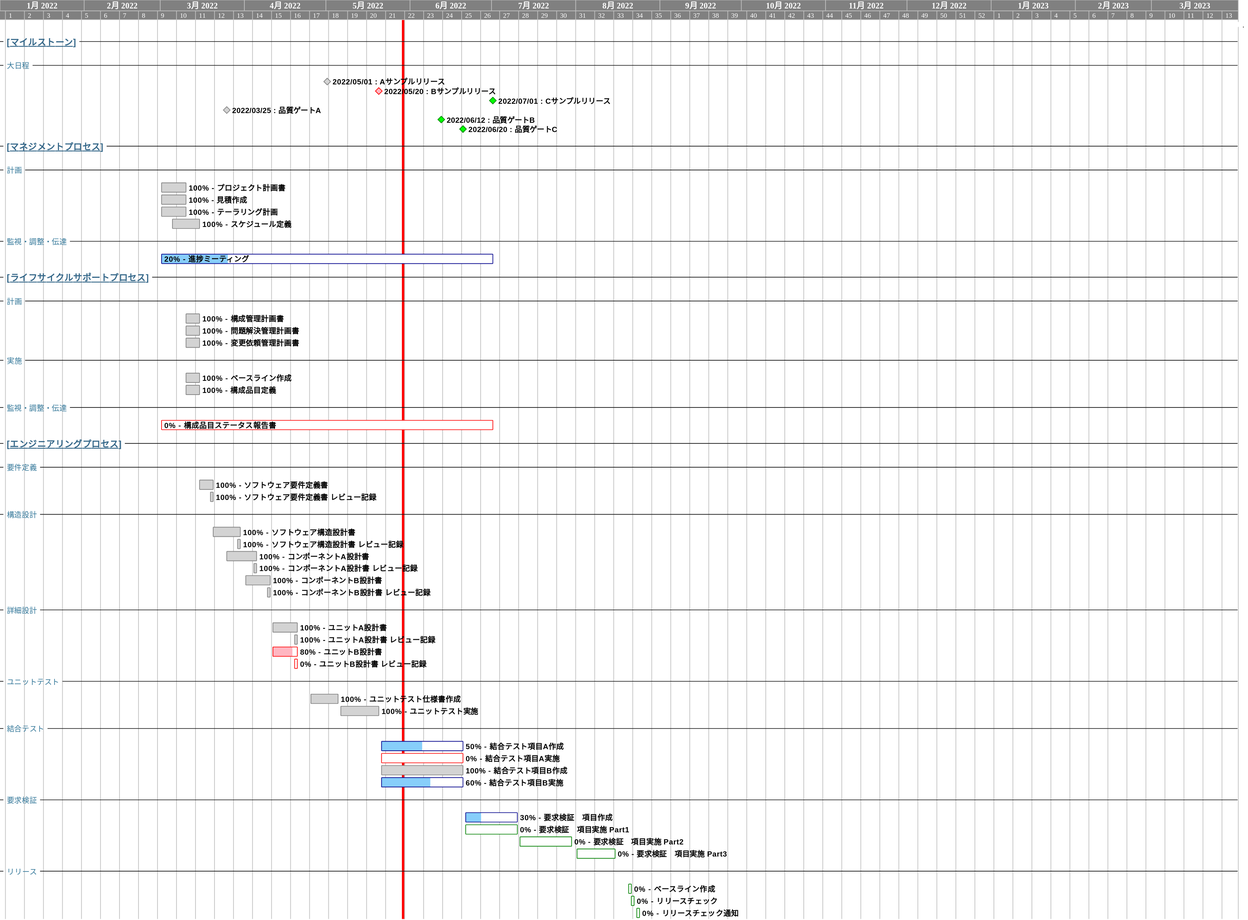
The PlantUML diagram gantt_chart.svg in shiftdownet/E2S4K, before a commit.
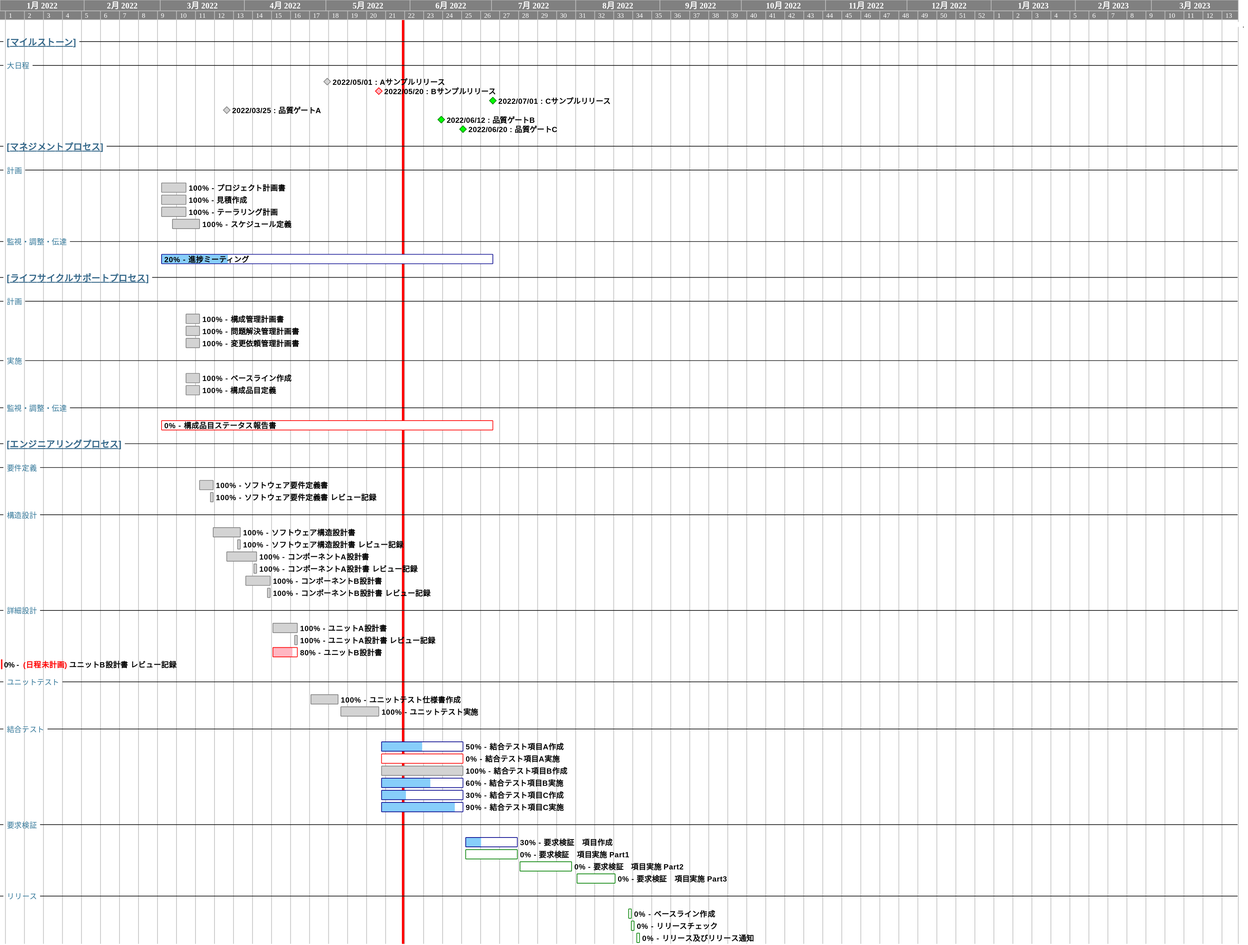
The same file after the commit.

Change to the diagram source:
```diff
@@ -35,10 +35,26 @@
         $_("--<font color=#337799>",$item.level2,"--")
 
         !if $item.level3 != ""
-            !if $item.p_starts_at == $item.p_ends_at
+            !if $item.p_starts_at == $item.p_ends_at &&  $item.p_ends_at != ""
                 [**$_("",$item.p_starts_at," : ", "") $item.level3**] as [$task_id] happens at $item.p_starts_at
             !else
-                [**$_("",$item.progress,"% - ", "0% - ") $item.level3**] as [$task_id] starts at $item.p_starts_at and ends at $item.p_ends_at
+                !$starts = ""
+                !$ends = ""
+                !if $item.p_starts_at == ""
+                    !$starts = $item.p_ends_at
+                !else
+                    !$starts = $item.p_starts_at
+                !endif
+                !if $item.p_ends_at == ""
+                    !$ends = $item.p_starts_at
+                !else
+                    !$ends = $item.p_ends_at
+                !endif
+                !if $starts != "" && $ends != ""
+                    [**$_("",$item.progress,"% - ", "0% - ") $item.level3**] as [$task_id] starts at $starts and ends at $ends
+                !else
+                    [**$_("",$item.progress,"% - ", "0% - ") <font color=Red>(日程未計画)</font> $item.level3**] as [$task_id] is colored in Red
+                !endif
             !endif
 
             $_([$task_id]+" is ",$item.progress,"%  completed", [$task_id] + " is 0% completed")
```
